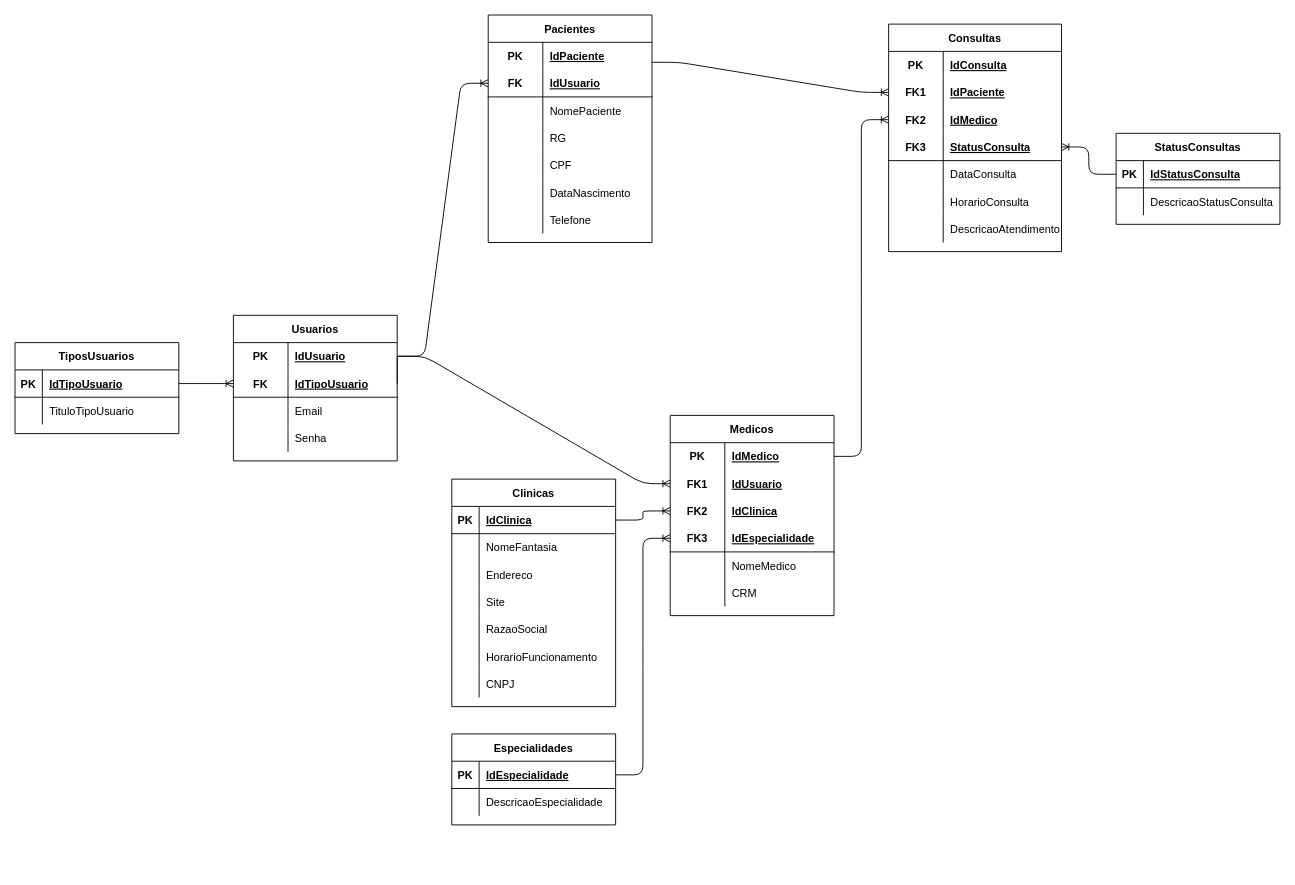
This is page "Lógico" (2 of 2) of SP_Medical_Group/SP_Medical_Group_Modelos.drawio from Carlos-Augusto-Roque/Sprint1_bd, a draw.io file, before an edit. Source tidied: cells renumbered, new cells numbered last; positions are measured from the earlier drawing's top-left corner, leaving out a move shared by most shapes. Both pictures are drawn from the tidied source at 91%, with x=0, y=0 at pixel (15, 15).
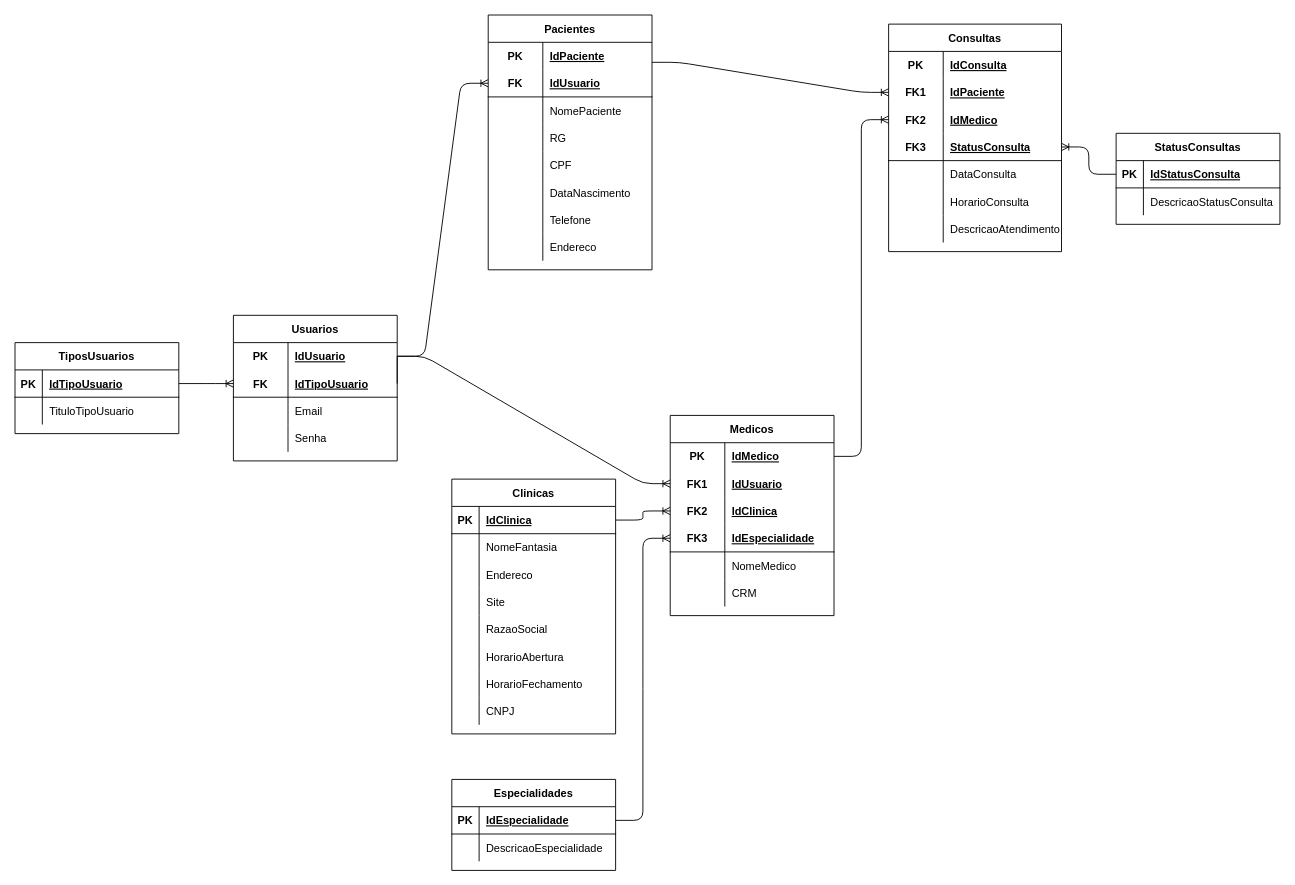
The same page after the edit.

Unchanged cells that the change refers to:
```xml
<mxCell id="116" style="shape=partialRectangle;fillColor=none;top=0;left=0;bottom=0;right=0;" parent="100" vertex="1">
  <mxGeometry y="180" width="180" height="30" as="geometry" />
</mxCell>
<mxCell id="119" style="shape=partialRectangle;fillColor=none;top=0;left=0;bottom=0;right=0;" parent="100" vertex="1">
  <mxGeometry y="210" width="180" height="30" as="geometry" />
</mxCell>
```

The edit, as a diff of the source:
```diff
@@
     <mxCell id="9" value="Especialidades" style="shape=table;startSize=30;childLayout=tableLayout;rowLines=0;fontStyle=1;align=center;" parent="1" vertex="1">
-      <mxGeometry x="480" y="790" width="180" height="100" as="geometry" />
+      <mxGeometry x="480" y="840" width="180" height="100" as="geometry" />
     </mxCell>
@@
     <mxCell id="37" value="Pacientes" style="shape=table;startSize=30;childLayout=tableLayout;rowLines=0;fontStyle=1;align=center;" parent="1" vertex="1">
-      <mxGeometry x="520" width="180" height="250" as="geometry" />
+      <mxGeometry x="520" width="180" height="280" as="geometry" />
     </mxCell>
@@
+    <mxCell id="130" style="shape=partialRectangle;fillColor=none;top=0;left=0;bottom=0;right=0;" parent="37" vertex="1">
+      <mxGeometry y="240" width="180" height="30" as="geometry" />
+    </mxCell>
+    <mxCell id="131" style="shape=partialRectangle;fillColor=none;top=0;left=0;bottom=0;right=0;overflow=hidden;" parent="130" vertex="1">
+      <mxGeometry width="60" height="30" as="geometry" />
+    </mxCell>
+    <mxCell id="132" value="Endereco" style="shape=partialRectangle;fillColor=none;top=0;left=0;bottom=0;right=0;align=left;spacingLeft=6;overflow=hidden;" parent="130" vertex="1">
+      <mxGeometry x="60" width="120" height="30" as="geometry" />
+    </mxCell>
@@
     <mxCell id="100" value="Clinicas" style="shape=table;startSize=30;childLayout=tableLayout;rowLines=0;fontStyle=1;align=center;" parent="1" vertex="1">
-      <mxGeometry x="480" y="510" width="180" height="250" as="geometry" />
+      <mxGeometry x="480" y="510" width="180" height="280" as="geometry" />
     </mxCell>
@@
-    <mxCell id="118" value="HorarioFuncionamento" style="shape=partialRectangle;fillColor=none;top=0;left=0;bottom=0;right=0;align=left;spacingLeft=6;overflow=hidden;" parent="116" vertex="1">
+    <mxCell id="118" value="HorarioAbertura" style="shape=partialRectangle;fillColor=none;top=0;left=0;bottom=0;right=0;align=left;spacingLeft=6;overflow=hidden;" parent="116" vertex="1">
       <mxGeometry x="30" width="150" height="30" as="geometry" />
     </mxCell>
@@
-    <mxCell id="121" value="CNPJ" style="shape=partialRectangle;fillColor=none;top=0;left=0;bottom=0;right=0;align=left;spacingLeft=6;overflow=hidden;" parent="119" vertex="1">
+    <mxCell id="121" value="HorarioFechamento" style="shape=partialRectangle;fillColor=none;top=0;left=0;bottom=0;right=0;align=left;spacingLeft=6;overflow=hidden;" parent="119" vertex="1">
       <mxGeometry x="30" width="150" height="30" as="geometry" />
     </mxCell>
+    <mxCell id="133" style="shape=partialRectangle;fillColor=none;top=0;left=0;bottom=0;right=0;" parent="100" vertex="1">
+      <mxGeometry y="240" width="180" height="30" as="geometry" />
+    </mxCell>
+    <mxCell id="134" style="shape=partialRectangle;fillColor=none;top=0;left=0;bottom=0;right=0;overflow=hidden;" parent="133" vertex="1">
+      <mxGeometry width="30" height="30" as="geometry" />
+    </mxCell>
+    <mxCell id="135" value="CNPJ" style="shape=partialRectangle;fillColor=none;top=0;left=0;bottom=0;right=0;align=left;spacingLeft=6;overflow=hidden;" parent="133" vertex="1">
+      <mxGeometry x="30" width="150" height="30" as="geometry" />
+    </mxCell>
```
